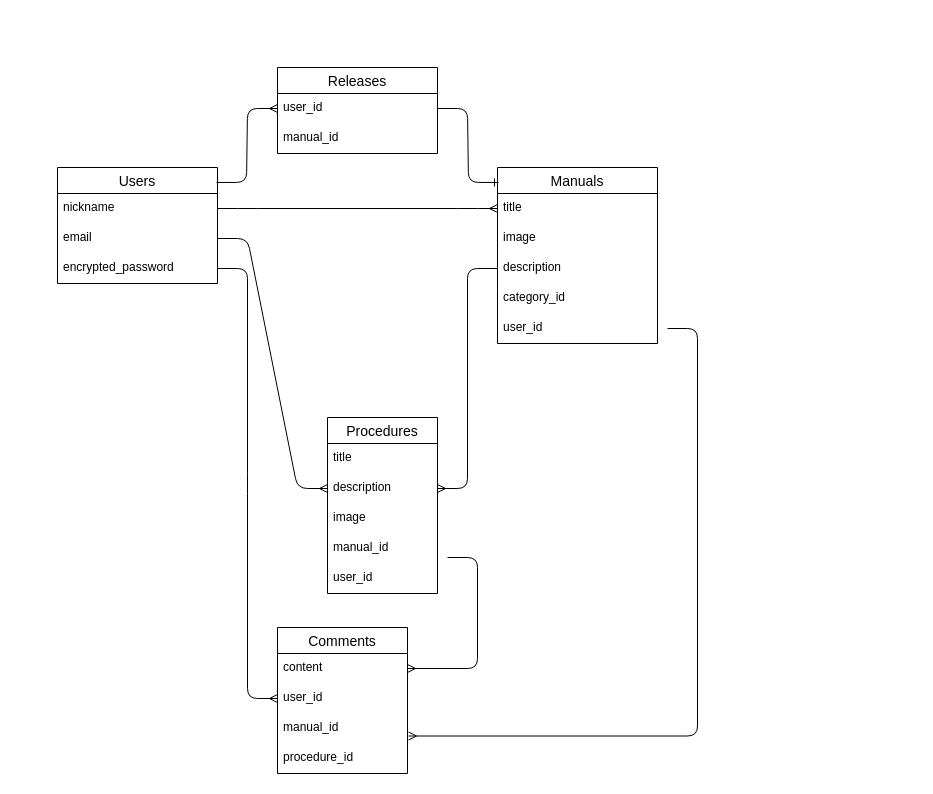
Earlier version of the draw.io diagram table.dio (CatAisa/manual-app). Source tidied: cells renumbered, new cells numbered last; positions are measured from the earlier drawing's top-left corner, leaving out a move shared by most shapes. Both pictures are drawn from the tidied source at 100%, with x=0, y=0 at pixel (57, 67).
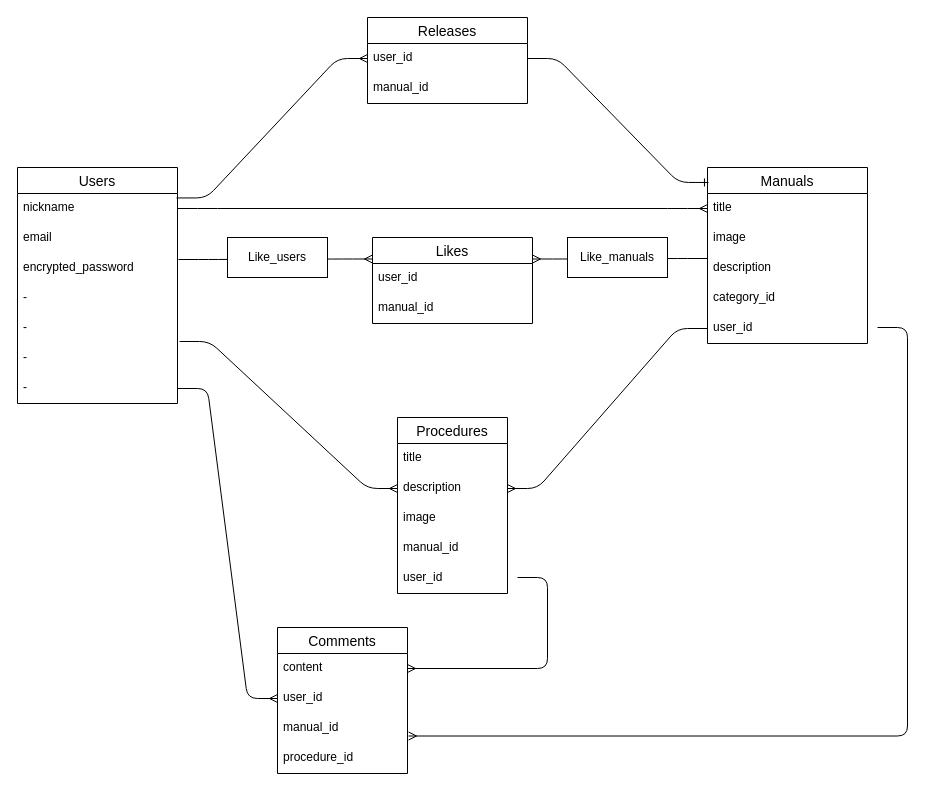
The same page after the edit.

Commit message (it also covers changes not shown here):
データベース設計

Unchanged cells that the change refers to:
```xml
<mxCell id="4" value="email" style="text;strokeColor=none;fillColor=none;spacingLeft=4;spacingRight=4;overflow=hidden;points=[[0,0.5],[1,0.5]];portConstraint=eastwest;fontSize=12;" parent="2" vertex="1">
  <mxGeometry y="56" width="160" height="30" as="geometry" />
</mxCell>
<mxCell id="9" value="description" style="text;strokeColor=none;fillColor=none;spacingLeft=4;spacingRight=4;overflow=hidden;points=[[0,0.5],[1,0.5]];portConstraint=eastwest;fontSize=12;" parent="6" vertex="1">
  <mxGeometry y="86" width="160" height="30" as="geometry" />
</mxCell>
<mxCell id="11" value="user_id" style="text;strokeColor=none;fillColor=none;spacingLeft=4;spacingRight=4;overflow=hidden;points=[[0,0.5],[1,0.5]];portConstraint=eastwest;fontSize=12;" parent="6" vertex="1">
  <mxGeometry y="146" width="160" height="30" as="geometry" />
</mxCell>
<mxCell id="15" value="description" style="text;strokeColor=none;fillColor=none;spacingLeft=4;spacingRight=4;overflow=hidden;points=[[0,0.5],[1,0.5]];portConstraint=eastwest;fontSize=12;" parent="13" vertex="1">
  <mxGeometry y="56" width="110" height="30" as="geometry" />
</mxCell>
<mxCell id="22" value="content" style="text;strokeColor=none;fillColor=none;spacingLeft=4;spacingRight=4;overflow=hidden;points=[[0,0.5],[1,0.5]];portConstraint=eastwest;fontSize=12;" parent="21" vertex="1">
  <mxGeometry y="26" width="130" height="30" as="geometry" />
</mxCell>
<mxCell id="24" value="manual_id" style="text;strokeColor=none;fillColor=none;spacingLeft=4;spacingRight=4;overflow=hidden;points=[[0,0.5],[1,0.5]];portConstraint=eastwest;fontSize=12;" parent="21" vertex="1">
  <mxGeometry y="86" width="130" height="30" as="geometry" />
</mxCell>
```

The edit, as a diff of the source:
```diff
@@
     <mxCell id="2" value="Users" style="swimlane;fontStyle=0;horizontal=1;startSize=26;align=center;fontSize=14;" parent="1" vertex="1">
-      <mxGeometry y="100" width="160" height="116" as="geometry" />
+      <mxGeometry x="-40" y="100" width="160" height="236" as="geometry" />
     </mxCell>
@@
+    <mxCell id="34" value="encrypted_password" style="text;strokeColor=none;fillColor=none;spacingLeft=4;spacingRight=4;overflow=hidden;points=[[0,0.5],[1,0.5]];portConstraint=eastwest;fontSize=12;" parent="2" vertex="1">
+      <mxGeometry y="86" width="160" height="30" as="geometry" />
+    </mxCell>
+    <mxCell id="35" value="-" style="text;strokeColor=none;fillColor=none;spacingLeft=4;spacingRight=4;overflow=hidden;fontSize=12;" parent="2" vertex="1">
+      <mxGeometry y="116" width="160" height="30" as="geometry" />
+    </mxCell>
+    <mxCell id="36" value="-" style="text;strokeColor=none;fillColor=none;spacingLeft=4;spacingRight=4;overflow=hidden;fontSize=12;" parent="2" vertex="1">
+      <mxGeometry y="146" width="160" height="30" as="geometry" />
+    </mxCell>
+    <mxCell id="37" value="-" style="text;strokeColor=none;fillColor=none;spacingLeft=4;spacingRight=4;overflow=hidden;points=[[0,0.5],[1,0.5]];portConstraint=eastwest;fontSize=12;" parent="2" vertex="1">
+      <mxGeometry y="176" width="160" height="30" as="geometry" />
+    </mxCell>
-    <mxCell id="5" value="encrypted_password" style="text;strokeColor=none;fillColor=none;spacingLeft=4;spacingRight=4;overflow=hidden;points=[[0,0.5],[1,0.5]];portConstraint=eastwest;fontSize=12;" parent="2" vertex="1">
-      <mxGeometry y="86" width="160" height="30" as="geometry" />
+    <mxCell id="5" value="-" style="text;strokeColor=none;fillColor=none;spacingLeft=4;spacingRight=4;overflow=hidden;points=[[0,0.5],[1,0.5]];portConstraint=eastwest;fontSize=12;" parent="2" vertex="1">
+      <mxGeometry y="206" width="160" height="30" as="geometry" />
     </mxCell>
     <mxCell id="6" value="Manuals" style="swimlane;fontStyle=0;horizontal=1;startSize=26;align=center;fontSize=14;" parent="1" vertex="1">
-      <mxGeometry x="440" y="100" width="160" height="176" as="geometry" />
+      <mxGeometry x="650" y="100" width="160" height="176" as="geometry" />
     </mxCell>
@@
     <mxCell id="13" value="Procedures" style="swimlane;fontStyle=0;horizontal=1;startSize=26;align=center;fontSize=14;" parent="1" vertex="1">
-      <mxGeometry x="270" y="350" width="110" height="176" as="geometry" />
+      <mxGeometry x="340" y="350" width="110" height="176" as="geometry" />
     </mxCell>
@@
-    <mxCell id="19" style="edgeStyle=entityRelationEdgeStyle;fontSize=12;html=1;endArrow=ERmany;exitX=0;exitY=0.5;exitDx=0;exitDy=0;entryX=1;entryY=0.5;entryDx=0;entryDy=0;" parent="1" edge="1" source="9" target="15">
+    <mxCell id="19" style="edgeStyle=entityRelationEdgeStyle;fontSize=12;html=1;endArrow=ERmany;exitX=0;exitY=0.5;exitDx=0;exitDy=0;entryX=1;entryY=0.5;entryDx=0;entryDy=0;" parent="1" edge="1" source="11" target="15">
       <mxGeometry relative="1" as="geometry" />
     </mxCell>
-    <mxCell id="20" style="edgeStyle=entityRelationEdgeStyle;fontSize=12;html=1;endArrow=ERmany;exitX=1;exitY=0.5;exitDx=0;exitDy=0;entryX=0;entryY=0.5;entryDx=0;entryDy=0;" parent="1" edge="1" source="4" target="15">
+    <mxCell id="20" style="edgeStyle=entityRelationEdgeStyle;fontSize=12;html=1;endArrow=ERmany;exitX=1.013;exitY=-0.067;exitDx=0;exitDy=0;entryX=0;entryY=0.5;entryDx=0;entryDy=0;exitPerimeter=0;" parent="1" edge="1" source="37" target="15">
       <mxGeometry relative="1" as="geometry" />
     </mxCell>
@@
     <mxCell id="26" style="edgeStyle=entityRelationEdgeStyle;fontSize=12;html=1;endArrow=ERmany;entryX=1;entryY=0.5;entryDx=0;entryDy=0;" parent="1" edge="1" target="22">
       <mxGeometry relative="1" as="geometry">
-        <mxPoint x="390" y="490" as="sourcePoint" />
+        <mxPoint x="460" y="510" as="sourcePoint" />
       </mxGeometry>
     </mxCell>
@@
     <mxCell id="28" value="Releases" style="swimlane;fontStyle=0;horizontal=1;startSize=26;align=center;fontSize=14;" parent="1" vertex="1">
-      <mxGeometry x="220" width="160" height="86" as="geometry" />
+      <mxGeometry x="310" y="-50" width="160" height="86" as="geometry" />
     </mxCell>
@@
     <mxCell id="32" style="edgeStyle=entityRelationEdgeStyle;fontSize=12;html=1;endArrow=ERmany;entryX=1.008;entryY=0.75;entryDx=0;entryDy=0;entryPerimeter=0;" parent="1" edge="1" target="24">
       <mxGeometry relative="1" as="geometry">
-        <mxPoint x="610" y="261" as="sourcePoint" />
+        <mxPoint x="820" y="260" as="sourcePoint" />
       </mxGeometry>
     </mxCell>
@@
+    <mxCell id="38" value="Likes" style="swimlane;fontStyle=0;horizontal=1;startSize=26;align=center;fontSize=14;" parent="1" vertex="1">
+      <mxGeometry x="315" y="170" width="160" height="86" as="geometry" />
+    </mxCell>
+    <mxCell id="39" value="user_id" style="text;strokeColor=none;fillColor=none;spacingLeft=4;spacingRight=4;overflow=hidden;fontSize=12;" parent="38" vertex="1">
+      <mxGeometry y="26" width="160" height="30" as="geometry" />
+    </mxCell>
+    <mxCell id="40" value="manual_id" style="text;strokeColor=none;fillColor=none;spacingLeft=4;spacingRight=4;overflow=hidden;fontSize=12;" parent="38" vertex="1">
+      <mxGeometry y="56" width="160" height="30" as="geometry" />
+    </mxCell>
+    <mxCell id="41" style="edgeStyle=entityRelationEdgeStyle;fontSize=12;html=1;endArrow=ERmany;entryX=1;entryY=0.25;entryDx=0;entryDy=0;exitX=0;exitY=0.167;exitDx=0;exitDy=0;exitPerimeter=0;" parent="1" edge="1" source="9" target="38">
+      <mxGeometry relative="1" as="geometry" />
+    </mxCell>
+    <mxCell id="42" style="edgeStyle=entityRelationEdgeStyle;fontSize=12;html=1;endArrow=ERmany;entryX=0;entryY=0.25;entryDx=0;entryDy=0;exitX=1.006;exitY=0.2;exitDx=0;exitDy=0;exitPerimeter=0;" parent="1" edge="1" source="34" target="38">
+      <mxGeometry relative="1" as="geometry" />
+    </mxCell>
+    <mxCell id="43" value="Like_users" style="whiteSpace=wrap;html=1;align=center;" parent="1" vertex="1">
+      <mxGeometry x="170" y="170" width="100" height="40" as="geometry" />
+    </mxCell>
+    <mxCell id="44" value="Like_manuals" style="whiteSpace=wrap;html=1;align=center;" parent="1" vertex="1">
+      <mxGeometry x="510" y="170" width="100" height="40" as="geometry" />
+    </mxCell>
```
